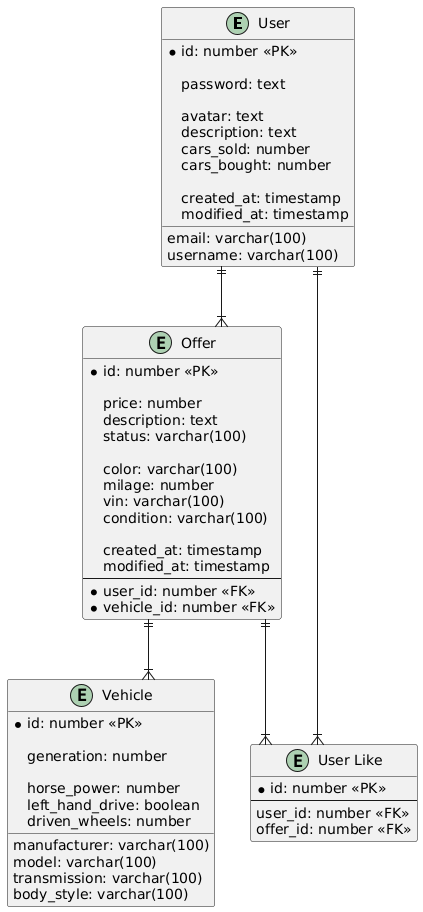
Earlier version of the PlantUML export docs/images/database_nosql.png (lizard123137/database-dev-course). The source it was exported from:
```plantuml
@startuml

skinparam linetype ortho

entity "User" as user {
    *id: number <<PK>>

    email: varchar(100)
    username: varchar(100)
    password: text

    avatar: text
    description: text
    cars_sold: number
    cars_bought: number

    created_at: timestamp
    modified_at: timestamp
}

entity "Offer" as offer {
    *id: number <<PK>>

    price: number
    description: text
    status: varchar(100)

    color: varchar(100)
    milage: number
    vin: varchar(100)
    condition: varchar(100)

    created_at: timestamp
    modified_at: timestamp
    --
    *user_id: number <<FK>>
    *vehicle_id: number <<FK>>
}

entity "Vehicle" as vehicle {
    *id: number <<PK>>

    manufacturer: varchar(100)
    model: varchar(100)
    generation: number

    horse_power: number
    left_hand_drive: boolean
    driven_wheels: number
    transmission: varchar(100)
    body_style: varchar(100)
}

user ||--|{ offer
offer ||--|{ vehicle


entity "User Like" as user_like {
    *id: number <<PK>>
    ---
    user_id: number <<FK>>
    offer_id: number <<FK>>
}

user ||--|{ user_like
offer ||--|{ user_like
@enduml
```
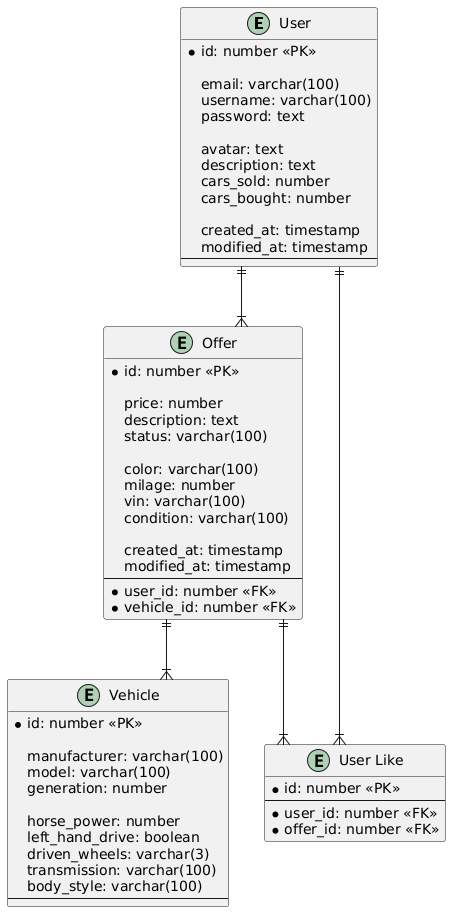
The same file after the commit.

Diff of the diagram source:
```diff
@@ -16,6 +16,7 @@
 
     created_at: timestamp
     modified_at: timestamp
+    ---
 }
 
 entity "Offer" as offer {
@@ -46,9 +47,10 @@
 
     horse_power: number
     left_hand_drive: boolean
-    driven_wheels: number
+    driven_wheels: varchar(3)
     transmission: varchar(100)
     body_style: varchar(100)
+    ---
 }
 
 user ||--|{ offer
@@ -58,8 +60,8 @@
 entity "User Like" as user_like {
     *id: number <<PK>>
     ---
-    user_id: number <<FK>>
-    offer_id: number <<FK>>
+    *user_id: number <<FK>>
+    *offer_id: number <<FK>>
 }
 
 user ||--|{ user_like
```
